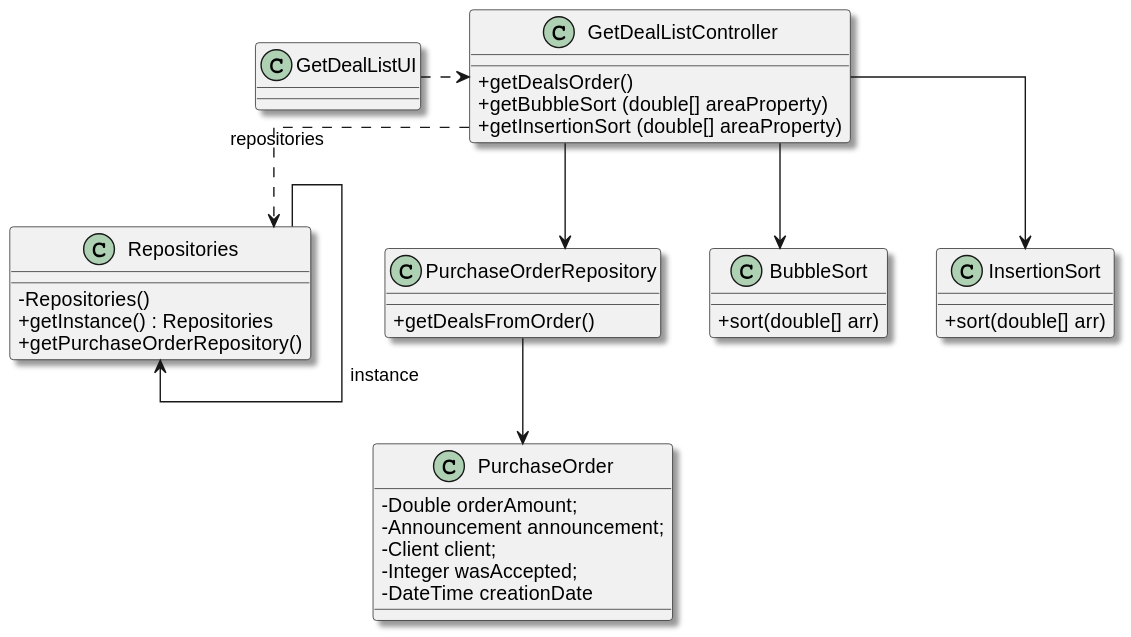
Above: docs/sprintD/us017/03.design/svg/us017-class-diagram.svg in Shushizinho/RealEstateUSASystem (PlantUML), before the change.
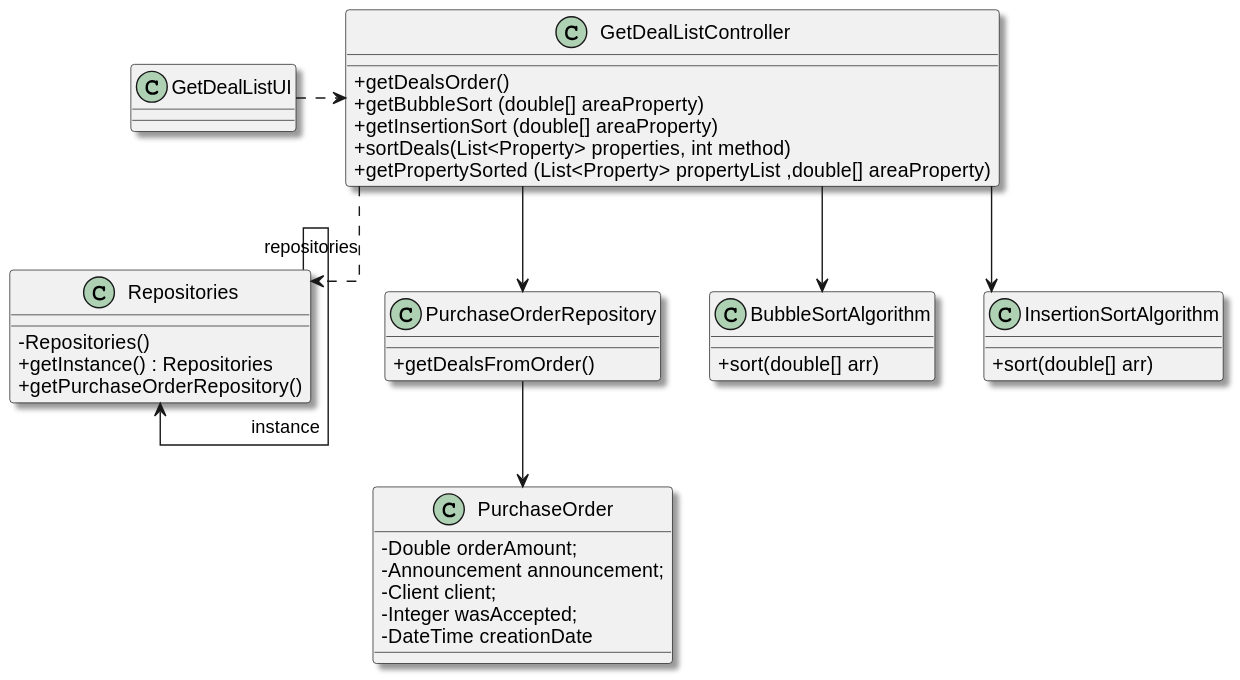
After the change.

Commit message:
update US17 SD (As a network manager, I want to list all deals made.)

What changed in the source:
```diff
@@ -14,6 +14,8 @@
    + getDealsOrder()
    + getBubbleSort (double[] areaProperty)
    + getInsertionSort (double[] areaProperty)
+   + sortDeals(List<Property> properties, int method)
+   + getPropertySorted (List<Property> propertyList ,double[] areaProperty)
 }
 
 
@@ -37,12 +39,12 @@
     - DateTime creationDate
 }
 
-class BubbleSort{
+class BubbleSortAlgorithm{
     + sort(double[] arr)
 
 }
 
-class InsertionSort{
+class InsertionSortAlgorithm{
     + sort(double[] arr)
  }
 
@@ -62,9 +64,9 @@
 
 GetDealListController --> PurchaseOrderRepository
 
-GetDealListController --> BubbleSort
+GetDealListController --> BubbleSortAlgorithm
 
-GetDealListController --> InsertionSort
+GetDealListController --> InsertionSortAlgorithm
 
 PurchaseOrderRepository --> PurchaseOrder
 @enduml
```
